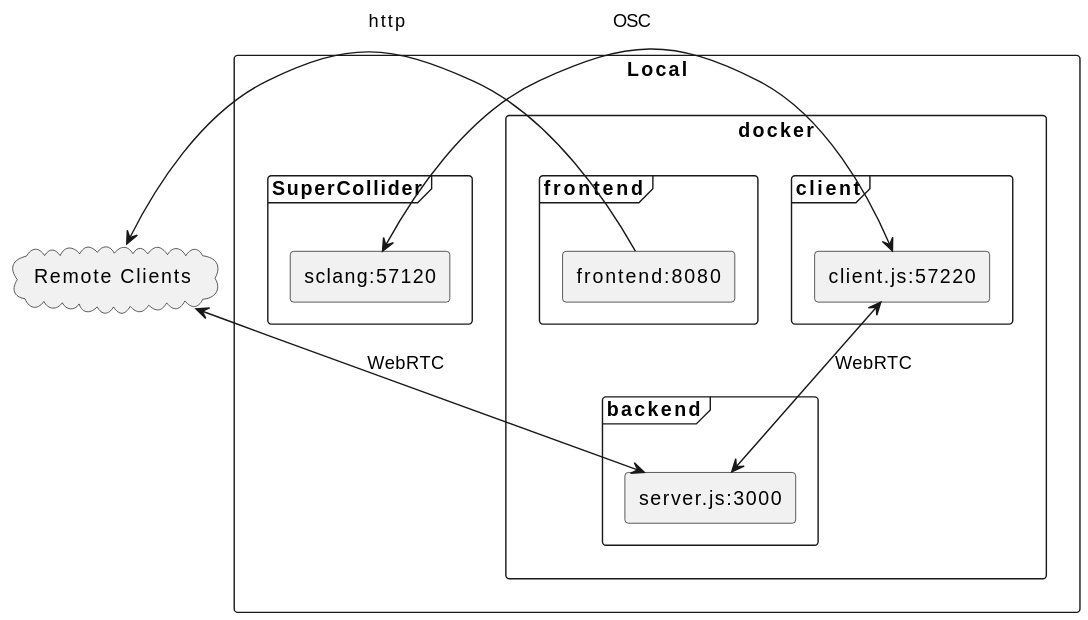
Earlier version of the PlantUML export docs/dev.svg (capital-G/webRTCgui). The source it was exported from:
```plantuml
@startuml
rectangle "Local" {
  rectangle "docker" as localdocker {
      frame client {
        rectangle "client.js:57220" as LocalClient
      }
      frame frontend {
        rectangle "frontend:8080" as LocalFrontend
      }
      frame backend {
        rectangle "server.js:3000" as LocalServer
      }
    }
    frame "SuperCollider" {
      rectangle "sclang:57120" as sclang
    }
}

cloud "Remote Clients" as RemoteClients


RemoteClients <- LocalFrontend : "http"

RemoteClients <-> LocalServer : "WebRTC"


LocalClient <--> LocalServer : "WebRTC"

sclang <-> LocalClient : "OSC"
@enduml
```
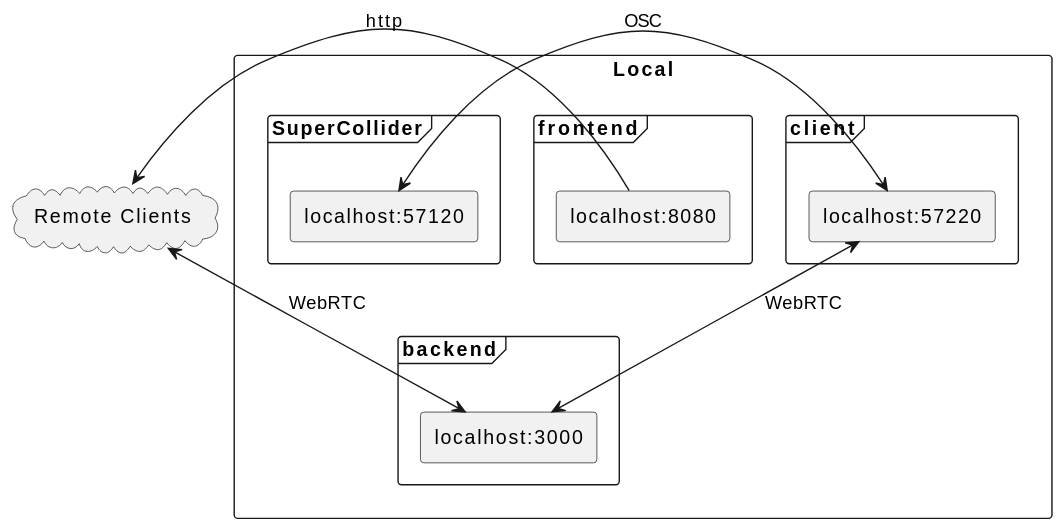
The same diagram one commit later.

Change to the diagram source:
```diff
@@ -1,19 +1,18 @@
 @startuml
 rectangle "Local" {
-  rectangle "docker" as localdocker {
-      frame client {
-        rectangle "client.js:57220" as LocalClient
-      }
-      frame frontend {
-        rectangle "frontend:8080" as LocalFrontend
-      }
-      frame backend {
-        rectangle "server.js:3000" as LocalServer
-      }
+    frame client {
+      rectangle "localhost:57220" as LocalClient
     }
-    frame "SuperCollider" {
-      rectangle "sclang:57120" as sclang
+    frame frontend {
+      rectangle "localhost:8080" as LocalFrontend
     }
+    frame backend {
+      rectangle "localhost:3000" as LocalServer
+    }
+
+  frame "SuperCollider" {
+    rectangle "localhost:57120" as sclang
+  }
 }
 
 cloud "Remote Clients" as RemoteClients
```
